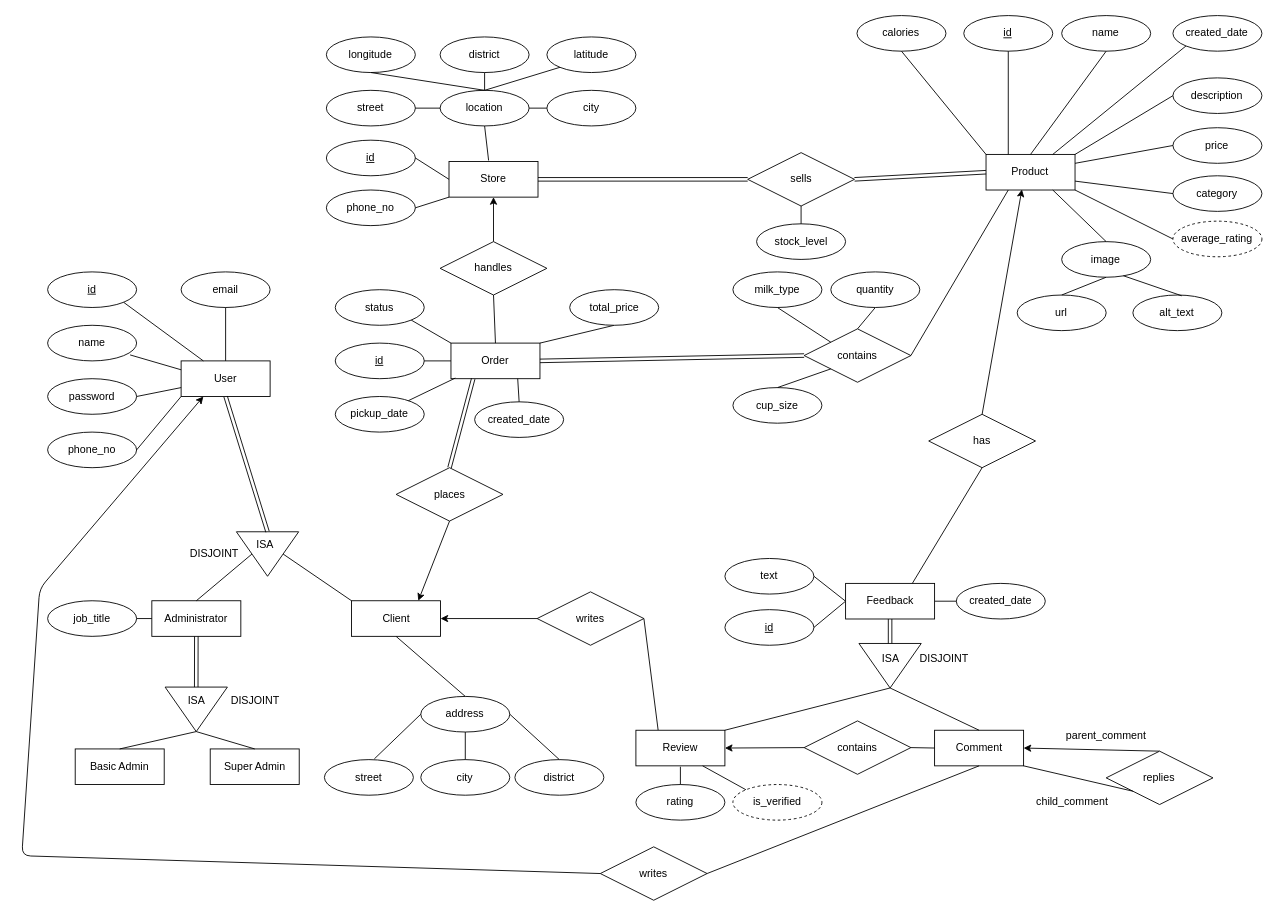
Earlier version of the draw.io diagram page "v1" (1 of 2) of resources/diagrams/erd.dio (steamysips/steamy-sips). Source tidied: cells renumbered, new cells numbered last; positions are measured from the earlier drawing's top-left corner, leaving out a move shared by most shapes. Both pictures are drawn from the tidied source at 89%, with x=0, y=0 at pixel (21, 15).
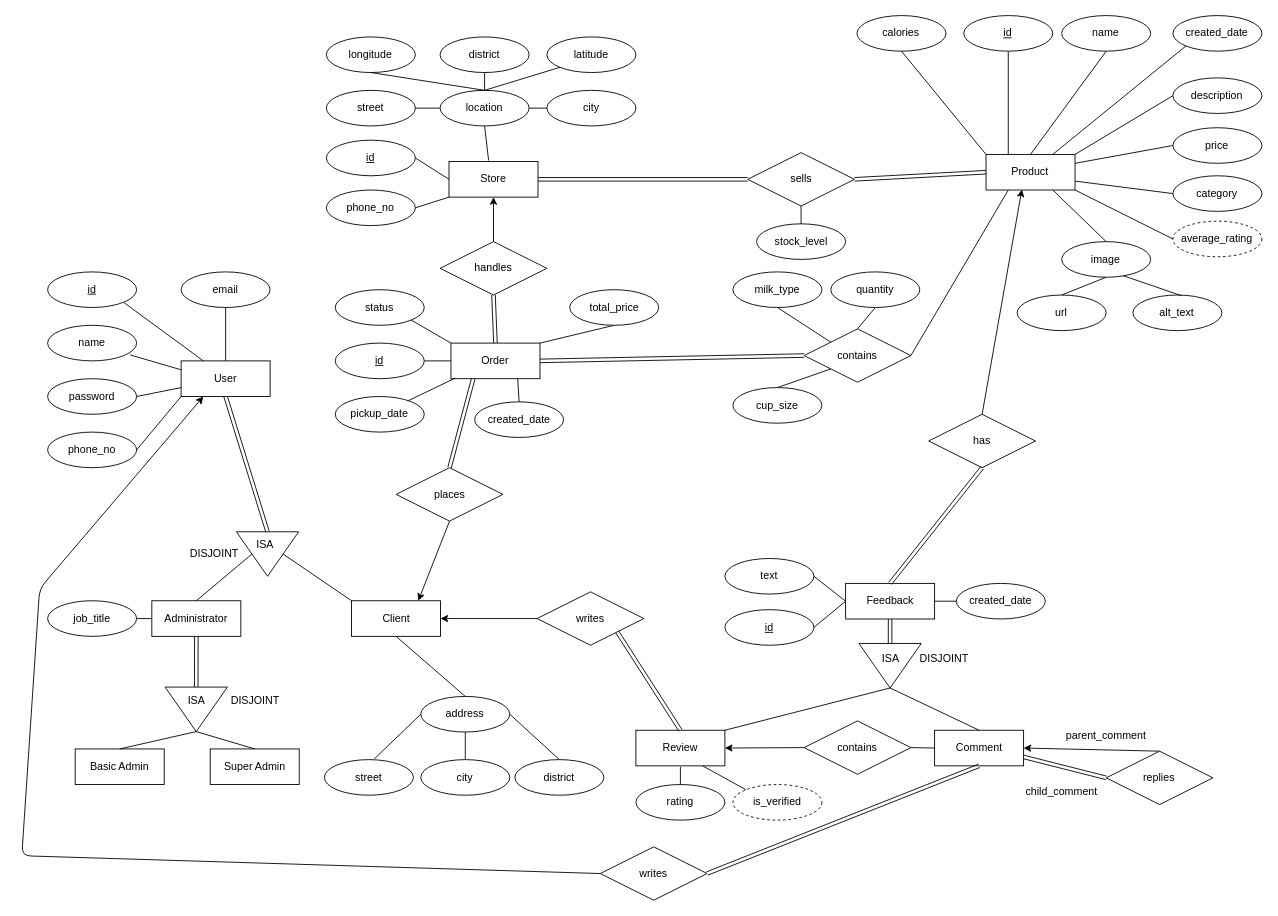
The same page after the edit.

Commit message:
add total participation: comment-writes, review-writes

Unchanged cells that the change refers to:
```xml
<mxCell id="45" value="Order" style="whiteSpace=wrap;html=1;align=center;" parent="1" vertex="1">
  <mxGeometry x="482.2" y="368" width="100" height="40" as="geometry" />
</mxCell>
<mxCell id="58" value="replies" style="shape=rhombus;perimeter=rhombusPerimeter;whiteSpace=wrap;html=1;align=center;" parent="1" vertex="1">
  <mxGeometry x="1218.4" y="826.5" width="120" height="60" as="geometry" />
</mxCell>
<mxCell id="105" value="handles" style="shape=rhombus;perimeter=rhombusPerimeter;whiteSpace=wrap;html=1;align=center;" parent="1" vertex="1">
  <mxGeometry x="470" y="254" width="120" height="60" as="geometry" />
</mxCell>
<mxCell id="119" value="Comment" style="whiteSpace=wrap;html=1;align=center;" parent="1" vertex="1">
  <mxGeometry x="1025.6" y="803" width="100" height="40" as="geometry" />
</mxCell>
<mxCell id="123" value="Feedback" style="whiteSpace=wrap;html=1;align=center;" parent="1" vertex="1">
  <mxGeometry x="925.6" y="638" width="100" height="40" as="geometry" />
</mxCell>
<mxCell id="128" value="writes" style="shape=rhombus;perimeter=rhombusPerimeter;whiteSpace=wrap;html=1;align=center;" parent="1" vertex="1">
  <mxGeometry x="579" y="647.5" width="120" height="60" as="geometry" />
</mxCell>
<mxCell id="130" value="Review" style="whiteSpace=wrap;html=1;align=center;" parent="1" vertex="1">
  <mxGeometry x="690" y="803" width="100" height="40" as="geometry" />
</mxCell>
<mxCell id="138" value="writes" style="shape=rhombus;perimeter=rhombusPerimeter;whiteSpace=wrap;html=1;align=center;" parent="1" vertex="1">
  <mxGeometry x="650" y="934" width="120" height="60" as="geometry" />
</mxCell>
<mxCell id="141" value="has" style="shape=rhombus;perimeter=rhombusPerimeter;whiteSpace=wrap;html=1;align=center;" parent="1" vertex="1">
  <mxGeometry x="1019" y="448" width="120" height="60" as="geometry" />
</mxCell>
```

What changed in the source:
```diff
@@
-    <mxCell id="59" style="endArrow=none;html=1;rounded=0;exitX=0;exitY=1;exitDx=0;exitDy=0;entryX=1;entryY=1;entryDx=0;entryDy=0;" parent="1" edge="1" source="58" target="119">
-      <mxGeometry relative="1" as="geometry" />
-    </mxCell>
@@
     <mxCell id="61" value="child_comment" style="text;html=1;align=center;verticalAlign=middle;strokeColor=none;fillColor=none;" parent="1" vertex="1">
-      <mxGeometry x="1130" y="869" width="100" height="30" as="geometry" />
+      <mxGeometry x="1118.4" y="856.5" width="100" height="30" as="geometry" />
     </mxCell>
@@
-    <mxCell id="106" style="endArrow=none;html=1;entryX=0.5;entryY=1;entryDx=0;entryDy=0;exitX=0.5;exitY=0;exitDx=0;exitDy=0;" parent="1" edge="1" source="45" target="105">
-      <mxGeometry relative="1" as="geometry" />
-    </mxCell>
@@
-    <mxCell id="129" style="endArrow=none;html=1;exitX=1;exitY=0.5;exitDx=0;exitDy=0;entryX=0.25;entryY=0;entryDx=0;entryDy=0;" parent="1" edge="1" source="128" target="130">
-      <mxGeometry relative="1" as="geometry" />
-    </mxCell>
@@
-    <mxCell id="139" style="endArrow=none;html=1;exitX=1;exitY=0.5;exitDx=0;exitDy=0;entryX=0.5;entryY=1;entryDx=0;entryDy=0;" parent="1" edge="1" source="138" target="119">
-      <mxGeometry relative="1" as="geometry" />
-    </mxCell>
@@
-    <mxCell id="142" style="endArrow=none;html=1;exitX=0.75;exitY=0;exitDx=0;exitDy=0;entryX=0.5;entryY=1;entryDx=0;entryDy=0;" parent="1" edge="1" source="123" target="141">
-      <mxGeometry relative="1" as="geometry" />
-    </mxCell>
@@
+    <mxCell id="146" style="shape=link;html=1;rounded=0;exitX=0.5;exitY=1;exitDx=0;exitDy=0;entryX=0.5;entryY=0;entryDx=0;entryDy=0;" parent="1" edge="1" source="141" target="123">
+      <mxGeometry relative="1" as="geometry" />
+    </mxCell>
+    <mxCell id="59" style="shape=link;html=1;rounded=0;exitX=0;exitY=0.5;exitDx=0;exitDy=0;entryX=1;entryY=0.75;entryDx=0;entryDy=0;" parent="1" edge="1" source="58" target="119">
+      <mxGeometry relative="1" as="geometry" />
+    </mxCell>
+    <mxCell id="147" style="shape=link;html=1;rounded=0;exitX=0.5;exitY=1;exitDx=0;exitDy=0;entryX=1;entryY=0.5;entryDx=0;entryDy=0;" parent="1" edge="1" source="119" target="138">
+      <mxGeometry relative="1" as="geometry" />
+    </mxCell>
+    <mxCell id="148" style="shape=link;html=1;rounded=0;exitX=0.5;exitY=0;exitDx=0;exitDy=0;entryX=1;entryY=1;entryDx=0;entryDy=0;" parent="1" edge="1" source="130" target="128">
+      <mxGeometry relative="1" as="geometry" />
+    </mxCell>
+    <mxCell id="106" style="shape=link;html=1;rounded=0;exitX=0.5;exitY=0;exitDx=0;exitDy=0;entryX=0.5;entryY=1;entryDx=0;entryDy=0;" parent="1" edge="1" source="45" target="105">
+      <mxGeometry relative="1" as="geometry" />
+    </mxCell>
```
